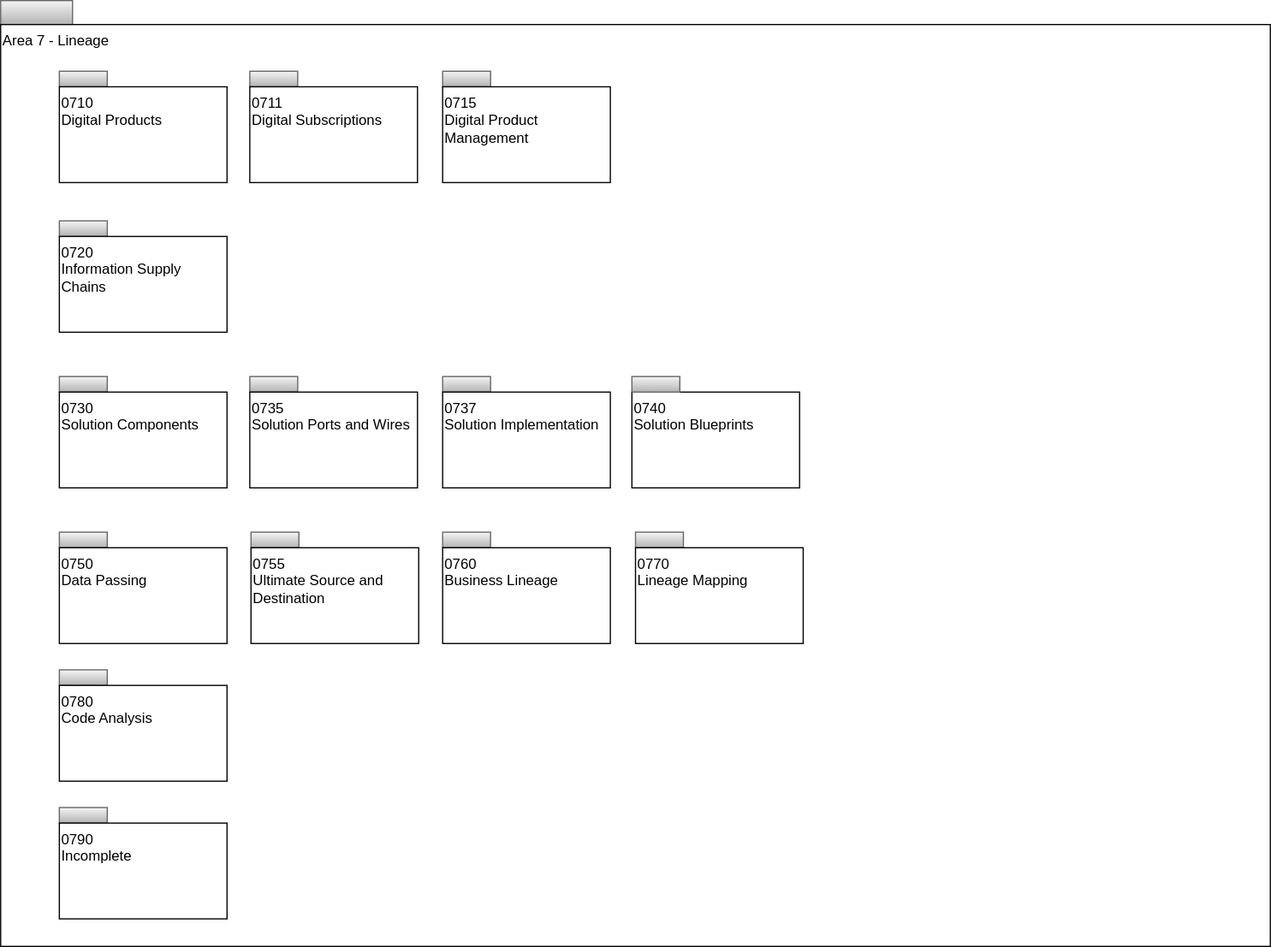
This is site/docs/types/7/area-7-lineage-overview.svg from odpi/egeria-docs, a draw.io export, as it was before one commit. Source tidied: cells renumbered, new cells last; positions are measured from the earlier drawing's top-left corner, leaving out a move shared by most shapes. Its diagram source:
```xml
<mxGraphModel>
  <root>
    <mxCell id="0" />
    <mxCell id="1" parent="0" />
    <mxCell id="2" style="rounded=0;whiteSpace=wrap;html=1;align=left;fillColor=#f5f5f5;strokeColor=#666666;gradientColor=#b3b3b3;" parent="1" vertex="1">
      <mxGeometry width="60" height="20" as="geometry" />
    </mxCell>
    <mxCell id="3" value="Area 7 - Lineage" style="rounded=0;whiteSpace=wrap;html=1;align=left;verticalAlign=top;" parent="1" vertex="1">
      <mxGeometry y="20" width="1060" height="770" as="geometry" />
    </mxCell>
    <mxCell id="4" style="rounded=0;whiteSpace=wrap;html=1;align=left;fillColor=#f5f5f5;strokeColor=#666666;gradientColor=#b3b3b3;" parent="1" vertex="1">
      <mxGeometry x="49" y="59" width="40" height="13" as="geometry" />
    </mxCell>
    <mxCell id="5" value="0710&lt;br&gt;Digital Products" style="rounded=0;whiteSpace=wrap;html=1;align=left;verticalAlign=top;" parent="1" vertex="1">
      <mxGeometry x="49" y="72" width="140" height="80" as="geometry" />
    </mxCell>
    <mxCell id="6" style="rounded=0;whiteSpace=wrap;html=1;align=left;fillColor=#f5f5f5;strokeColor=#666666;gradientColor=#b3b3b3;" parent="1" vertex="1">
      <mxGeometry x="208" y="59" width="40" height="13" as="geometry" />
    </mxCell>
    <mxCell id="7" value="0711&lt;br&gt;Digital Subscriptions" style="rounded=0;whiteSpace=wrap;html=1;align=left;verticalAlign=top;" parent="1" vertex="1">
      <mxGeometry x="208" y="72" width="140" height="80" as="geometry" />
    </mxCell>
    <mxCell id="8" style="rounded=0;whiteSpace=wrap;html=1;align=left;fillColor=#f5f5f5;strokeColor=#666666;gradientColor=#b3b3b3;" parent="1" vertex="1">
      <mxGeometry x="369" y="314" width="40" height="13" as="geometry" />
    </mxCell>
    <mxCell id="9" value="0737&lt;br&gt;Solution Implementation" style="rounded=0;whiteSpace=wrap;html=1;align=left;verticalAlign=top;" parent="1" vertex="1">
      <mxGeometry x="369" y="327" width="140" height="80" as="geometry" />
    </mxCell>
    <mxCell id="10" style="rounded=0;whiteSpace=wrap;html=1;align=left;fillColor=#f5f5f5;strokeColor=#666666;gradientColor=#b3b3b3;" parent="1" vertex="1">
      <mxGeometry x="49" y="314" width="40" height="13" as="geometry" />
    </mxCell>
    <mxCell id="11" value="0730&lt;br&gt;Solution Components" style="rounded=0;whiteSpace=wrap;html=1;align=left;verticalAlign=top;" parent="1" vertex="1">
      <mxGeometry x="49" y="327" width="140" height="80" as="geometry" />
    </mxCell>
    <mxCell id="12" style="rounded=0;whiteSpace=wrap;html=1;align=left;fillColor=#f5f5f5;strokeColor=#666666;gradientColor=#b3b3b3;" parent="1" vertex="1">
      <mxGeometry x="208" y="314" width="40" height="13" as="geometry" />
    </mxCell>
    <mxCell id="13" value="0740&lt;br&gt;Solution Blueprints" style="rounded=0;whiteSpace=wrap;html=1;align=left;verticalAlign=top;" parent="1" vertex="1">
      <mxGeometry x="527" y="327" width="140" height="80" as="geometry" />
    </mxCell>
    <mxCell id="14" style="rounded=0;whiteSpace=wrap;html=1;align=left;fillColor=#f5f5f5;strokeColor=#666666;gradientColor=#b3b3b3;" parent="1" vertex="1">
      <mxGeometry x="49" y="444" width="40" height="13" as="geometry" />
    </mxCell>
    <mxCell id="15" value="0750&lt;br&gt;Data Passing" style="rounded=0;whiteSpace=wrap;html=1;align=left;verticalAlign=top;" parent="1" vertex="1">
      <mxGeometry x="49" y="457" width="140" height="80" as="geometry" />
    </mxCell>
    <mxCell id="16" style="rounded=0;whiteSpace=wrap;html=1;align=left;fillColor=#f5f5f5;strokeColor=#666666;gradientColor=#b3b3b3;" parent="1" vertex="1">
      <mxGeometry x="527" y="314" width="40" height="13" as="geometry" />
    </mxCell>
    <mxCell id="17" value="0735&lt;br&gt;Solution Ports and Wires" style="rounded=0;whiteSpace=wrap;html=1;align=left;verticalAlign=top;" parent="1" vertex="1">
      <mxGeometry x="208" y="327" width="140" height="80" as="geometry" />
    </mxCell>
    <mxCell id="18" style="rounded=0;whiteSpace=wrap;html=1;align=left;fillColor=#f5f5f5;strokeColor=#666666;gradientColor=#b3b3b3;" parent="1" vertex="1">
      <mxGeometry x="49" y="184" width="40" height="13" as="geometry" />
    </mxCell>
    <mxCell id="19" value="0720&lt;br&gt;Information Supply Chains" style="rounded=0;whiteSpace=wrap;html=1;align=left;verticalAlign=top;" parent="1" vertex="1">
      <mxGeometry x="49" y="197" width="140" height="80" as="geometry" />
    </mxCell>
    <mxCell id="20" style="rounded=0;whiteSpace=wrap;html=1;align=left;fillColor=#f5f5f5;strokeColor=#666666;gradientColor=#b3b3b3;" parent="1" vertex="1">
      <mxGeometry x="369" y="444" width="40" height="13" as="geometry" />
    </mxCell>
    <mxCell id="21" value="0760&lt;br&gt;Business Lineage" style="rounded=0;whiteSpace=wrap;html=1;align=left;verticalAlign=top;" parent="1" vertex="1">
      <mxGeometry x="369" y="457" width="140" height="80" as="geometry" />
    </mxCell>
    <mxCell id="22" style="rounded=0;whiteSpace=wrap;html=1;align=left;fillColor=#f5f5f5;strokeColor=#666666;gradientColor=#b3b3b3;" parent="1" vertex="1">
      <mxGeometry x="530" y="444" width="40" height="13" as="geometry" />
    </mxCell>
    <mxCell id="23" value="0770&lt;br&gt;Lineage Mapping" style="rounded=0;whiteSpace=wrap;html=1;align=left;verticalAlign=top;" parent="1" vertex="1">
      <mxGeometry x="530" y="457" width="140" height="80" as="geometry" />
    </mxCell>
    <mxCell id="24" style="rounded=0;whiteSpace=wrap;html=1;align=left;fillColor=#f5f5f5;strokeColor=#666666;gradientColor=#b3b3b3;" parent="1" vertex="1">
      <mxGeometry x="49" y="559" width="40" height="13" as="geometry" />
    </mxCell>
    <mxCell id="25" value="0780&lt;br&gt;Code Analysis" style="rounded=0;whiteSpace=wrap;html=1;align=left;verticalAlign=top;" parent="1" vertex="1">
      <mxGeometry x="49" y="572" width="140" height="80" as="geometry" />
    </mxCell>
    <mxCell id="26" style="rounded=0;whiteSpace=wrap;html=1;align=left;fillColor=#f5f5f5;strokeColor=#666666;gradientColor=#b3b3b3;" parent="1" vertex="1">
      <mxGeometry x="49" y="674" width="40" height="13" as="geometry" />
    </mxCell>
    <mxCell id="27" value="0790&lt;br&gt;Incomplete" style="rounded=0;whiteSpace=wrap;html=1;align=left;verticalAlign=top;" parent="1" vertex="1">
      <mxGeometry x="49" y="687" width="140" height="80" as="geometry" />
    </mxCell>
    <mxCell id="28" style="rounded=0;whiteSpace=wrap;html=1;align=left;fillColor=#f5f5f5;strokeColor=#666666;gradientColor=#b3b3b3;" parent="1" vertex="1">
      <mxGeometry x="369" y="59" width="40" height="13" as="geometry" />
    </mxCell>
    <mxCell id="29" value="0715&lt;br&gt;Digital Product&lt;br&gt;Management" style="rounded=0;whiteSpace=wrap;html=1;align=left;verticalAlign=top;" parent="1" vertex="1">
      <mxGeometry x="369" y="72" width="140" height="80" as="geometry" />
    </mxCell>
    <mxCell id="30" style="rounded=0;whiteSpace=wrap;html=1;align=left;fillColor=#f5f5f5;strokeColor=#666666;gradientColor=#b3b3b3;" parent="1" vertex="1">
      <mxGeometry x="209" y="444" width="40" height="13" as="geometry" />
    </mxCell>
    <mxCell id="31" value="0755&lt;br&gt;Ultimate Source and Destination" style="rounded=0;whiteSpace=wrap;html=1;align=left;verticalAlign=top;" parent="1" vertex="1">
      <mxGeometry x="209" y="457" width="140" height="80" as="geometry" />
    </mxCell>
  </root>
</mxGraphModel>
```
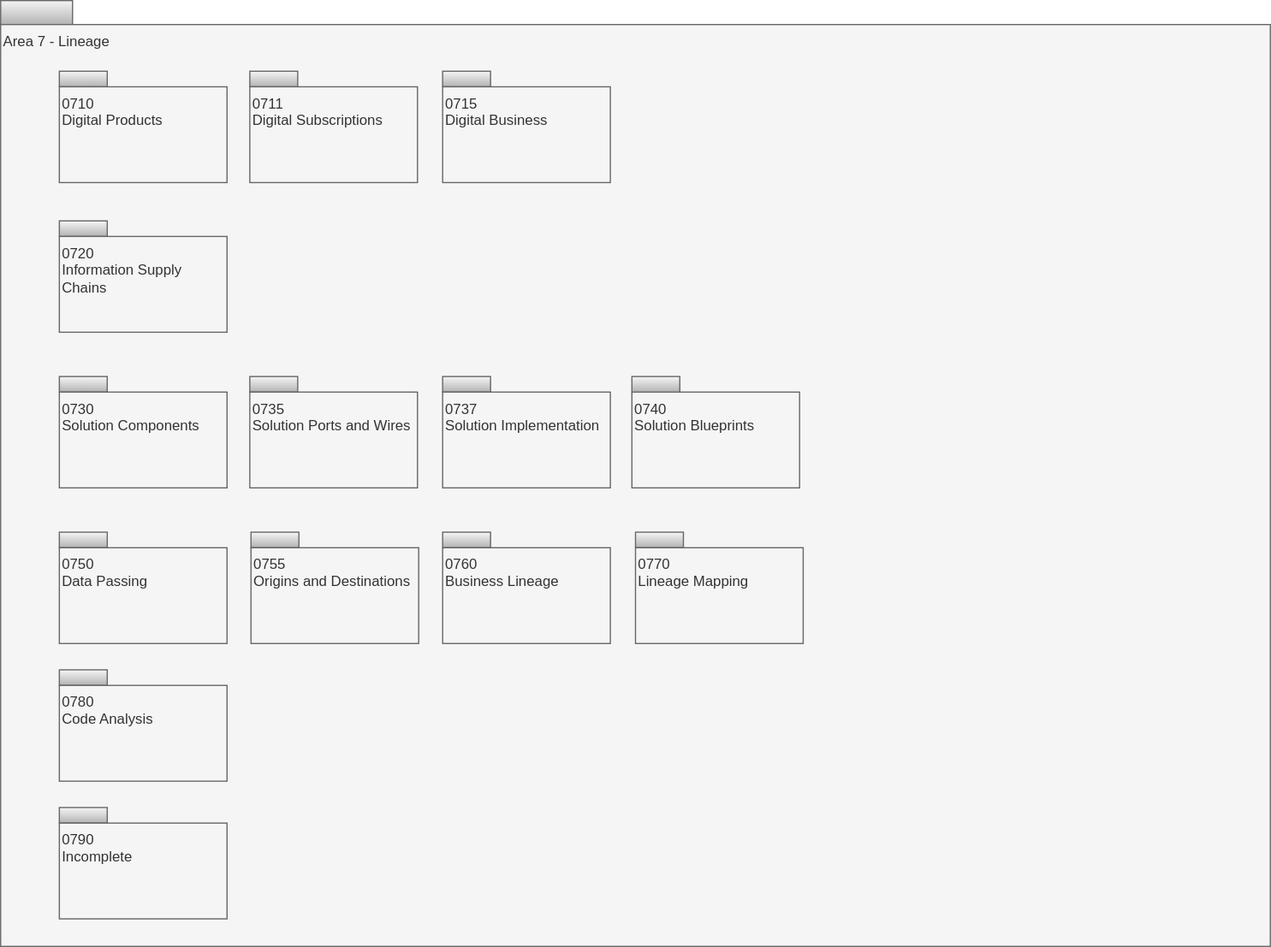
Above is the later version.

Change to the diagram source:
```diff
@@ -5,91 +5,91 @@
     <mxCell id="2" style="rounded=0;whiteSpace=wrap;html=1;align=left;fillColor=#f5f5f5;strokeColor=#666666;gradientColor=#b3b3b3;" parent="1" vertex="1">
       <mxGeometry width="60" height="20" as="geometry" />
     </mxCell>
-    <mxCell id="3" value="Area 7 - Lineage" style="rounded=0;whiteSpace=wrap;html=1;align=left;verticalAlign=top;" parent="1" vertex="1">
+    <mxCell id="3" value="Area 7 - Lineage" style="rounded=0;whiteSpace=wrap;html=1;align=left;verticalAlign=top;fillColor=#f5f5f5;fontColor=#333333;strokeColor=#666666;" parent="1" vertex="1">
       <mxGeometry y="20" width="1060" height="770" as="geometry" />
     </mxCell>
     <mxCell id="4" style="rounded=0;whiteSpace=wrap;html=1;align=left;fillColor=#f5f5f5;strokeColor=#666666;gradientColor=#b3b3b3;" parent="1" vertex="1">
       <mxGeometry x="49" y="59" width="40" height="13" as="geometry" />
     </mxCell>
-    <mxCell id="5" value="0710&lt;br&gt;Digital Products" style="rounded=0;whiteSpace=wrap;html=1;align=left;verticalAlign=top;" parent="1" vertex="1">
+    <mxCell id="5" value="0710&lt;br&gt;Digital Products" style="rounded=0;whiteSpace=wrap;html=1;align=left;verticalAlign=top;fillColor=#f5f5f5;fontColor=#333333;strokeColor=#666666;" parent="1" vertex="1">
       <mxGeometry x="49" y="72" width="140" height="80" as="geometry" />
     </mxCell>
     <mxCell id="6" style="rounded=0;whiteSpace=wrap;html=1;align=left;fillColor=#f5f5f5;strokeColor=#666666;gradientColor=#b3b3b3;" parent="1" vertex="1">
       <mxGeometry x="208" y="59" width="40" height="13" as="geometry" />
     </mxCell>
-    <mxCell id="7" value="0711&lt;br&gt;Digital Subscriptions" style="rounded=0;whiteSpace=wrap;html=1;align=left;verticalAlign=top;" parent="1" vertex="1">
+    <mxCell id="7" value="0711&lt;br&gt;Digital Subscriptions" style="rounded=0;whiteSpace=wrap;html=1;align=left;verticalAlign=top;fillColor=#f5f5f5;fontColor=#333333;strokeColor=#666666;" parent="1" vertex="1">
       <mxGeometry x="208" y="72" width="140" height="80" as="geometry" />
     </mxCell>
     <mxCell id="8" style="rounded=0;whiteSpace=wrap;html=1;align=left;fillColor=#f5f5f5;strokeColor=#666666;gradientColor=#b3b3b3;" parent="1" vertex="1">
       <mxGeometry x="369" y="314" width="40" height="13" as="geometry" />
     </mxCell>
-    <mxCell id="9" value="0737&lt;br&gt;Solution Implementation" style="rounded=0;whiteSpace=wrap;html=1;align=left;verticalAlign=top;" parent="1" vertex="1">
+    <mxCell id="9" value="0737&lt;br&gt;Solution Implementation" style="rounded=0;whiteSpace=wrap;html=1;align=left;verticalAlign=top;fillColor=#f5f5f5;fontColor=#333333;strokeColor=#666666;" parent="1" vertex="1">
       <mxGeometry x="369" y="327" width="140" height="80" as="geometry" />
     </mxCell>
     <mxCell id="10" style="rounded=0;whiteSpace=wrap;html=1;align=left;fillColor=#f5f5f5;strokeColor=#666666;gradientColor=#b3b3b3;" parent="1" vertex="1">
       <mxGeometry x="49" y="314" width="40" height="13" as="geometry" />
     </mxCell>
-    <mxCell id="11" value="0730&lt;br&gt;Solution Components" style="rounded=0;whiteSpace=wrap;html=1;align=left;verticalAlign=top;" parent="1" vertex="1">
+    <mxCell id="11" value="0730&lt;br&gt;Solution Components" style="rounded=0;whiteSpace=wrap;html=1;align=left;verticalAlign=top;fillColor=#f5f5f5;fontColor=#333333;strokeColor=#666666;" parent="1" vertex="1">
       <mxGeometry x="49" y="327" width="140" height="80" as="geometry" />
     </mxCell>
     <mxCell id="12" style="rounded=0;whiteSpace=wrap;html=1;align=left;fillColor=#f5f5f5;strokeColor=#666666;gradientColor=#b3b3b3;" parent="1" vertex="1">
       <mxGeometry x="208" y="314" width="40" height="13" as="geometry" />
     </mxCell>
-    <mxCell id="13" value="0740&lt;br&gt;Solution Blueprints" style="rounded=0;whiteSpace=wrap;html=1;align=left;verticalAlign=top;" parent="1" vertex="1">
+    <mxCell id="13" value="0740&lt;br&gt;Solution Blueprints" style="rounded=0;whiteSpace=wrap;html=1;align=left;verticalAlign=top;fillColor=#f5f5f5;fontColor=#333333;strokeColor=#666666;" parent="1" vertex="1">
       <mxGeometry x="527" y="327" width="140" height="80" as="geometry" />
     </mxCell>
     <mxCell id="14" style="rounded=0;whiteSpace=wrap;html=1;align=left;fillColor=#f5f5f5;strokeColor=#666666;gradientColor=#b3b3b3;" parent="1" vertex="1">
       <mxGeometry x="49" y="444" width="40" height="13" as="geometry" />
     </mxCell>
-    <mxCell id="15" value="0750&lt;br&gt;Data Passing" style="rounded=0;whiteSpace=wrap;html=1;align=left;verticalAlign=top;" parent="1" vertex="1">
+    <mxCell id="15" value="0750&lt;br&gt;Data Passing" style="rounded=0;whiteSpace=wrap;html=1;align=left;verticalAlign=top;fillColor=#f5f5f5;fontColor=#333333;strokeColor=#666666;" parent="1" vertex="1">
       <mxGeometry x="49" y="457" width="140" height="80" as="geometry" />
     </mxCell>
     <mxCell id="16" style="rounded=0;whiteSpace=wrap;html=1;align=left;fillColor=#f5f5f5;strokeColor=#666666;gradientColor=#b3b3b3;" parent="1" vertex="1">
       <mxGeometry x="527" y="314" width="40" height="13" as="geometry" />
     </mxCell>
-    <mxCell id="17" value="0735&lt;br&gt;Solution Ports and Wires" style="rounded=0;whiteSpace=wrap;html=1;align=left;verticalAlign=top;" parent="1" vertex="1">
+    <mxCell id="17" value="0735&lt;br&gt;Solution Ports and Wires" style="rounded=0;whiteSpace=wrap;html=1;align=left;verticalAlign=top;fillColor=#f5f5f5;fontColor=#333333;strokeColor=#666666;" parent="1" vertex="1">
       <mxGeometry x="208" y="327" width="140" height="80" as="geometry" />
     </mxCell>
     <mxCell id="18" style="rounded=0;whiteSpace=wrap;html=1;align=left;fillColor=#f5f5f5;strokeColor=#666666;gradientColor=#b3b3b3;" parent="1" vertex="1">
       <mxGeometry x="49" y="184" width="40" height="13" as="geometry" />
     </mxCell>
-    <mxCell id="19" value="0720&lt;br&gt;Information Supply Chains" style="rounded=0;whiteSpace=wrap;html=1;align=left;verticalAlign=top;" parent="1" vertex="1">
+    <mxCell id="19" value="0720&lt;br&gt;Information Supply Chains" style="rounded=0;whiteSpace=wrap;html=1;align=left;verticalAlign=top;fillColor=#f5f5f5;fontColor=#333333;strokeColor=#666666;" parent="1" vertex="1">
       <mxGeometry x="49" y="197" width="140" height="80" as="geometry" />
     </mxCell>
     <mxCell id="20" style="rounded=0;whiteSpace=wrap;html=1;align=left;fillColor=#f5f5f5;strokeColor=#666666;gradientColor=#b3b3b3;" parent="1" vertex="1">
       <mxGeometry x="369" y="444" width="40" height="13" as="geometry" />
     </mxCell>
-    <mxCell id="21" value="0760&lt;br&gt;Business Lineage" style="rounded=0;whiteSpace=wrap;html=1;align=left;verticalAlign=top;" parent="1" vertex="1">
+    <mxCell id="21" value="0760&lt;br&gt;Business Lineage" style="rounded=0;whiteSpace=wrap;html=1;align=left;verticalAlign=top;fillColor=#f5f5f5;fontColor=#333333;strokeColor=#666666;" parent="1" vertex="1">
       <mxGeometry x="369" y="457" width="140" height="80" as="geometry" />
     </mxCell>
     <mxCell id="22" style="rounded=0;whiteSpace=wrap;html=1;align=left;fillColor=#f5f5f5;strokeColor=#666666;gradientColor=#b3b3b3;" parent="1" vertex="1">
       <mxGeometry x="530" y="444" width="40" height="13" as="geometry" />
     </mxCell>
-    <mxCell id="23" value="0770&lt;br&gt;Lineage Mapping" style="rounded=0;whiteSpace=wrap;html=1;align=left;verticalAlign=top;" parent="1" vertex="1">
+    <mxCell id="23" value="0770&lt;br&gt;Lineage Mapping" style="rounded=0;whiteSpace=wrap;html=1;align=left;verticalAlign=top;fillColor=#f5f5f5;fontColor=#333333;strokeColor=#666666;" parent="1" vertex="1">
       <mxGeometry x="530" y="457" width="140" height="80" as="geometry" />
     </mxCell>
     <mxCell id="24" style="rounded=0;whiteSpace=wrap;html=1;align=left;fillColor=#f5f5f5;strokeColor=#666666;gradientColor=#b3b3b3;" parent="1" vertex="1">
       <mxGeometry x="49" y="559" width="40" height="13" as="geometry" />
     </mxCell>
-    <mxCell id="25" value="0780&lt;br&gt;Code Analysis" style="rounded=0;whiteSpace=wrap;html=1;align=left;verticalAlign=top;" parent="1" vertex="1">
+    <mxCell id="25" value="0780&lt;br&gt;Code Analysis" style="rounded=0;whiteSpace=wrap;html=1;align=left;verticalAlign=top;fillColor=#f5f5f5;fontColor=#333333;strokeColor=#666666;" parent="1" vertex="1">
       <mxGeometry x="49" y="572" width="140" height="80" as="geometry" />
     </mxCell>
     <mxCell id="26" style="rounded=0;whiteSpace=wrap;html=1;align=left;fillColor=#f5f5f5;strokeColor=#666666;gradientColor=#b3b3b3;" parent="1" vertex="1">
       <mxGeometry x="49" y="674" width="40" height="13" as="geometry" />
     </mxCell>
-    <mxCell id="27" value="0790&lt;br&gt;Incomplete" style="rounded=0;whiteSpace=wrap;html=1;align=left;verticalAlign=top;" parent="1" vertex="1">
+    <mxCell id="27" value="0790&lt;br&gt;Incomplete" style="rounded=0;whiteSpace=wrap;html=1;align=left;verticalAlign=top;fillColor=#f5f5f5;fontColor=#333333;strokeColor=#666666;" parent="1" vertex="1">
       <mxGeometry x="49" y="687" width="140" height="80" as="geometry" />
     </mxCell>
     <mxCell id="28" style="rounded=0;whiteSpace=wrap;html=1;align=left;fillColor=#f5f5f5;strokeColor=#666666;gradientColor=#b3b3b3;" parent="1" vertex="1">
       <mxGeometry x="369" y="59" width="40" height="13" as="geometry" />
     </mxCell>
-    <mxCell id="29" value="0715&lt;br&gt;Digital Product&lt;br&gt;Management" style="rounded=0;whiteSpace=wrap;html=1;align=left;verticalAlign=top;" parent="1" vertex="1">
+    <mxCell id="29" value="0715&lt;br&gt;Digital Business" style="rounded=0;whiteSpace=wrap;html=1;align=left;verticalAlign=top;fillColor=#f5f5f5;fontColor=#333333;strokeColor=#666666;" parent="1" vertex="1">
       <mxGeometry x="369" y="72" width="140" height="80" as="geometry" />
     </mxCell>
     <mxCell id="30" style="rounded=0;whiteSpace=wrap;html=1;align=left;fillColor=#f5f5f5;strokeColor=#666666;gradientColor=#b3b3b3;" parent="1" vertex="1">
       <mxGeometry x="209" y="444" width="40" height="13" as="geometry" />
     </mxCell>
-    <mxCell id="31" value="0755&lt;br&gt;Ultimate Source and Destination" style="rounded=0;whiteSpace=wrap;html=1;align=left;verticalAlign=top;" parent="1" vertex="1">
+    <mxCell id="31" value="0755&lt;br&gt;Origins and Destinations" style="rounded=0;whiteSpace=wrap;html=1;align=left;verticalAlign=top;fillColor=#f5f5f5;fontColor=#333333;strokeColor=#666666;" parent="1" vertex="1">
       <mxGeometry x="209" y="457" width="140" height="80" as="geometry" />
     </mxCell>
   </root>
```
